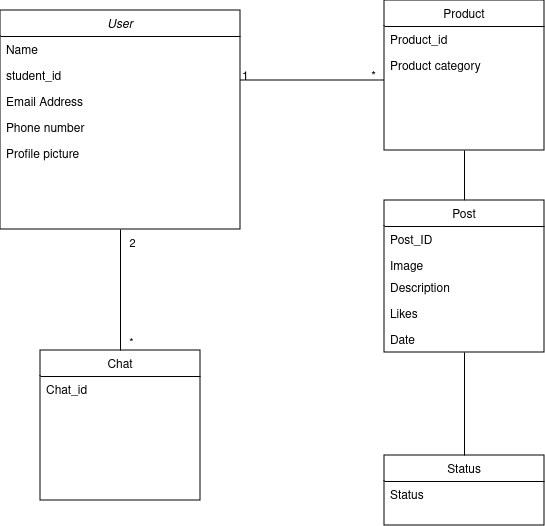
Before: images/DomainModel.png, a diagram exported from draw.io (leonardomagalhaes21/feup-ESOF). Source tidied: cells renumbered, new cells last; positions are measured from the earlier drawing's top-left corner, leaving out a move shared by most shapes. The source it was exported from:
```xml
<mxGraphModel>
  <root>
    <mxCell id="0" />
    <mxCell id="1" parent="0" />
    <mxCell id="2" value="User" style="swimlane;fontStyle=2;align=center;verticalAlign=top;horizontal=1;startSize=26;rounded=0;shadow=0;strokeWidth=1;" parent="1" vertex="1">
      <mxGeometry y="10" width="240" height="219" as="geometry" />
    </mxCell>
    <mxCell id="3" value="Name" style="text;align=left;verticalAlign=top;spacingLeft=4;spacingRight=4;overflow=hidden;" parent="2" vertex="1">
      <mxGeometry y="26" width="240" height="26" as="geometry" />
    </mxCell>
    <mxCell id="4" value="student_id" style="text;align=left;verticalAlign=top;spacingLeft=4;spacingRight=4;overflow=hidden;rounded=0;shadow=0;html=0;" parent="2" vertex="1">
      <mxGeometry y="52" width="240" height="26" as="geometry" />
    </mxCell>
    <mxCell id="5" value="Email Address&#10;&#10;&#10;&#10;&#10;&#10;" style="text;align=left;verticalAlign=top;spacingLeft=4;spacingRight=4;overflow=hidden;rounded=0;shadow=0;html=0;" parent="2" vertex="1">
      <mxGeometry y="78" width="240" height="26" as="geometry" />
    </mxCell>
    <mxCell id="6" value="Phone number" style="text;align=left;verticalAlign=top;spacingLeft=4;spacingRight=4;overflow=hidden;rounded=0;shadow=0;html=0;" parent="2" vertex="1">
      <mxGeometry y="104" width="240" height="26" as="geometry" />
    </mxCell>
    <mxCell id="7" value="Profile picture&#10;" style="text;align=left;verticalAlign=top;spacingLeft=4;spacingRight=4;overflow=hidden;rounded=0;shadow=0;html=0;" parent="2" vertex="1">
      <mxGeometry y="130" width="240" height="26" as="geometry" />
    </mxCell>
    <mxCell id="8" value="Status" style="swimlane;fontStyle=0;align=center;verticalAlign=top;horizontal=1;startSize=26;rounded=0;shadow=0;strokeWidth=1;" parent="1" vertex="1">
      <mxGeometry x="384" y="455" width="160" height="70" as="geometry" />
    </mxCell>
    <mxCell id="9" value="Status" style="text;align=left;verticalAlign=top;spacingLeft=4;spacingRight=4;overflow=hidden;" parent="8" vertex="1">
      <mxGeometry y="26" width="160" height="26" as="geometry" />
    </mxCell>
    <mxCell id="10" style="edgeStyle=orthogonalEdgeStyle;rounded=0;jettySize=auto;html=1;exitX=0.5;exitY=1;exitDx=0;exitDy=0;entryX=0.5;entryY=0;entryDx=0;entryDy=0;startArrow=none;startFill=0;endArrow=none;endFill=0;" parent="1" edge="1" source="11" target="18">
      <mxGeometry relative="1" as="geometry" />
    </mxCell>
    <mxCell id="11" value="Product" style="swimlane;fontStyle=0;align=center;verticalAlign=top;horizontal=1;startSize=26;rounded=0;shadow=0;strokeWidth=1;" parent="1" vertex="1">
      <mxGeometry x="384" width="160" height="150" as="geometry" />
    </mxCell>
    <mxCell id="12" value="Product_id" style="text;align=left;verticalAlign=top;spacingLeft=4;spacingRight=4;overflow=hidden;" parent="11" vertex="1">
      <mxGeometry y="26" width="160" height="26" as="geometry" />
    </mxCell>
    <mxCell id="13" value="Product category" style="text;align=left;verticalAlign=top;spacingLeft=4;spacingRight=4;overflow=hidden;" parent="11" vertex="1">
      <mxGeometry y="52" width="160" height="26" as="geometry" />
    </mxCell>
    <mxCell id="14" style="endArrow=none;shadow=0;strokeWidth=1;rounded=0;curved=0;endFill=0;edgeStyle=elbowEdgeStyle;elbow=vertical;" parent="1" edge="1" source="2" target="11">
      <mxGeometry x="0.5" y="41" relative="1" as="geometry">
        <mxPoint x="-40" y="32" as="offset" />
      </mxGeometry>
    </mxCell>
    <mxCell id="15" value="1" style="align=left;verticalAlign=bottom;labelBackgroundColor=none;fontSize=12;" parent="14" vertex="1">
      <mxGeometry x="-1" relative="1" as="geometry">
        <mxPoint y="4" as="offset" />
      </mxGeometry>
    </mxCell>
    <mxCell id="16" value="*" style="align=right;verticalAlign=bottom;labelBackgroundColor=none;fontSize=12;" parent="14" vertex="1">
      <mxGeometry x="1" relative="1" as="geometry">
        <mxPoint x="-7" y="4" as="offset" />
      </mxGeometry>
    </mxCell>
    <mxCell id="17" style="edgeStyle=orthogonalEdgeStyle;rounded=0;jettySize=auto;html=1;exitX=0.5;exitY=1;exitDx=0;exitDy=0;entryX=0.5;entryY=0;entryDx=0;entryDy=0;endArrow=none;endFill=0;" parent="1" edge="1" source="18" target="8">
      <mxGeometry relative="1" as="geometry" />
    </mxCell>
    <mxCell id="18" value="Post" style="swimlane;fontStyle=0;align=center;verticalAlign=top;horizontal=1;startSize=26;rounded=0;shadow=0;strokeWidth=1;" parent="1" vertex="1">
      <mxGeometry x="384" y="200" width="160" height="152" as="geometry" />
    </mxCell>
    <mxCell id="19" value="Post_ID" style="text;align=left;verticalAlign=top;spacingLeft=4;spacingRight=4;overflow=hidden;" parent="18" vertex="1">
      <mxGeometry y="26" width="160" height="26" as="geometry" />
    </mxCell>
    <mxCell id="20" value="Image" style="text;align=left;verticalAlign=top;spacingLeft=4;spacingRight=4;overflow=hidden;" parent="18" vertex="1">
      <mxGeometry y="52" width="160" height="22" as="geometry" />
    </mxCell>
    <mxCell id="21" value="Description" style="text;align=left;verticalAlign=top;spacingLeft=4;spacingRight=4;overflow=hidden;" parent="18" vertex="1">
      <mxGeometry y="74" width="160" height="26" as="geometry" />
    </mxCell>
    <mxCell id="22" value="Likes" style="text;align=left;verticalAlign=top;spacingLeft=4;spacingRight=4;overflow=hidden;" parent="18" vertex="1">
      <mxGeometry y="100" width="160" height="26" as="geometry" />
    </mxCell>
    <mxCell id="23" value="Date" style="text;align=left;verticalAlign=top;spacingLeft=4;spacingRight=4;overflow=hidden;" parent="18" vertex="1">
      <mxGeometry y="126" width="160" height="26" as="geometry" />
    </mxCell>
    <mxCell id="24" value="Chat" style="swimlane;fontStyle=0;align=center;verticalAlign=top;horizontal=1;startSize=26;rounded=0;shadow=0;strokeWidth=1;" parent="1" vertex="1">
      <mxGeometry x="40" y="350" width="160" height="150" as="geometry" />
    </mxCell>
    <mxCell id="25" value="Chat_id" style="text;align=left;verticalAlign=top;spacingLeft=4;spacingRight=4;overflow=hidden;" parent="24" vertex="1">
      <mxGeometry y="26" width="160" height="26" as="geometry" />
    </mxCell>
    <mxCell id="26" style="edgeStyle=orthogonalEdgeStyle;rounded=0;jettySize=auto;html=1;exitX=0.5;exitY=1;exitDx=0;exitDy=0;endArrow=none;endFill=0;entryX=0.5;entryY=0;entryDx=0;entryDy=0;" parent="1" edge="1" source="2" target="24">
      <mxGeometry relative="1" as="geometry" />
    </mxCell>
    <mxCell id="27" value="*" style="edgeLabel;html=1;align=center;verticalAlign=middle;" parent="26" vertex="1">
      <mxGeometry x="0.85" y="-1" relative="1" as="geometry">
        <mxPoint x="11" as="offset" />
      </mxGeometry>
    </mxCell>
    <mxCell id="28" value="2" style="edgeLabel;html=1;align=center;verticalAlign=middle;" parent="26" vertex="1">
      <mxGeometry x="-0.79" y="4" relative="1" as="geometry">
        <mxPoint x="7" as="offset" />
      </mxGeometry>
    </mxCell>
  </root>
</mxGraphModel>
```
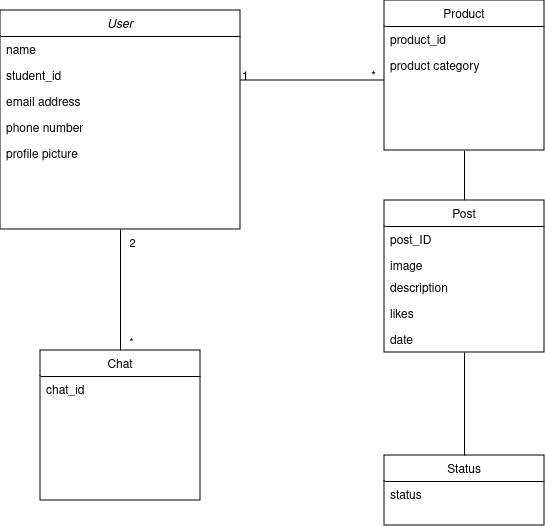
The same file after the commit.

Change to the diagram source:
```diff
@@ -5,25 +5,25 @@
     <mxCell id="2" value="User" style="swimlane;fontStyle=2;align=center;verticalAlign=top;horizontal=1;startSize=26;rounded=0;shadow=0;strokeWidth=1;" parent="1" vertex="1">
       <mxGeometry y="10" width="240" height="219" as="geometry" />
     </mxCell>
-    <mxCell id="3" value="Name" style="text;align=left;verticalAlign=top;spacingLeft=4;spacingRight=4;overflow=hidden;" parent="2" vertex="1">
+    <mxCell id="3" value="name" style="text;align=left;verticalAlign=top;spacingLeft=4;spacingRight=4;overflow=hidden;" parent="2" vertex="1">
       <mxGeometry y="26" width="240" height="26" as="geometry" />
     </mxCell>
     <mxCell id="4" value="student_id" style="text;align=left;verticalAlign=top;spacingLeft=4;spacingRight=4;overflow=hidden;rounded=0;shadow=0;html=0;" parent="2" vertex="1">
       <mxGeometry y="52" width="240" height="26" as="geometry" />
     </mxCell>
-    <mxCell id="5" value="Email Address&#10;&#10;&#10;&#10;&#10;&#10;" style="text;align=left;verticalAlign=top;spacingLeft=4;spacingRight=4;overflow=hidden;rounded=0;shadow=0;html=0;" parent="2" vertex="1">
+    <mxCell id="5" value="email address&#10;&#10;&#10;&#10;&#10;&#10;" style="text;align=left;verticalAlign=top;spacingLeft=4;spacingRight=4;overflow=hidden;rounded=0;shadow=0;html=0;" parent="2" vertex="1">
       <mxGeometry y="78" width="240" height="26" as="geometry" />
     </mxCell>
-    <mxCell id="6" value="Phone number" style="text;align=left;verticalAlign=top;spacingLeft=4;spacingRight=4;overflow=hidden;rounded=0;shadow=0;html=0;" parent="2" vertex="1">
+    <mxCell id="6" value="phone number" style="text;align=left;verticalAlign=top;spacingLeft=4;spacingRight=4;overflow=hidden;rounded=0;shadow=0;html=0;" parent="2" vertex="1">
       <mxGeometry y="104" width="240" height="26" as="geometry" />
     </mxCell>
-    <mxCell id="7" value="Profile picture&#10;" style="text;align=left;verticalAlign=top;spacingLeft=4;spacingRight=4;overflow=hidden;rounded=0;shadow=0;html=0;" parent="2" vertex="1">
+    <mxCell id="7" value="profile picture&#10;" style="text;align=left;verticalAlign=top;spacingLeft=4;spacingRight=4;overflow=hidden;rounded=0;shadow=0;html=0;" parent="2" vertex="1">
       <mxGeometry y="130" width="240" height="26" as="geometry" />
     </mxCell>
     <mxCell id="8" value="Status" style="swimlane;fontStyle=0;align=center;verticalAlign=top;horizontal=1;startSize=26;rounded=0;shadow=0;strokeWidth=1;" parent="1" vertex="1">
       <mxGeometry x="384" y="455" width="160" height="70" as="geometry" />
     </mxCell>
-    <mxCell id="9" value="Status" style="text;align=left;verticalAlign=top;spacingLeft=4;spacingRight=4;overflow=hidden;" parent="8" vertex="1">
+    <mxCell id="9" value="status" style="text;align=left;verticalAlign=top;spacingLeft=4;spacingRight=4;overflow=hidden;" parent="8" vertex="1">
       <mxGeometry y="26" width="160" height="26" as="geometry" />
     </mxCell>
     <mxCell id="10" style="edgeStyle=orthogonalEdgeStyle;rounded=0;jettySize=auto;html=1;exitX=0.5;exitY=1;exitDx=0;exitDy=0;entryX=0.5;entryY=0;entryDx=0;entryDy=0;startArrow=none;startFill=0;endArrow=none;endFill=0;" parent="1" edge="1" source="11" target="18">
@@ -32,10 +32,10 @@
     <mxCell id="11" value="Product" style="swimlane;fontStyle=0;align=center;verticalAlign=top;horizontal=1;startSize=26;rounded=0;shadow=0;strokeWidth=1;" parent="1" vertex="1">
       <mxGeometry x="384" width="160" height="150" as="geometry" />
     </mxCell>
-    <mxCell id="12" value="Product_id" style="text;align=left;verticalAlign=top;spacingLeft=4;spacingRight=4;overflow=hidden;" parent="11" vertex="1">
+    <mxCell id="12" value="product_id" style="text;align=left;verticalAlign=top;spacingLeft=4;spacingRight=4;overflow=hidden;" parent="11" vertex="1">
       <mxGeometry y="26" width="160" height="26" as="geometry" />
     </mxCell>
-    <mxCell id="13" value="Product category" style="text;align=left;verticalAlign=top;spacingLeft=4;spacingRight=4;overflow=hidden;" parent="11" vertex="1">
+    <mxCell id="13" value="product category" style="text;align=left;verticalAlign=top;spacingLeft=4;spacingRight=4;overflow=hidden;" parent="11" vertex="1">
       <mxGeometry y="52" width="160" height="26" as="geometry" />
     </mxCell>
     <mxCell id="14" style="endArrow=none;shadow=0;strokeWidth=1;rounded=0;curved=0;endFill=0;edgeStyle=elbowEdgeStyle;elbow=vertical;" parent="1" edge="1" source="2" target="11">
@@ -59,25 +59,25 @@
     <mxCell id="18" value="Post" style="swimlane;fontStyle=0;align=center;verticalAlign=top;horizontal=1;startSize=26;rounded=0;shadow=0;strokeWidth=1;" parent="1" vertex="1">
       <mxGeometry x="384" y="200" width="160" height="152" as="geometry" />
     </mxCell>
-    <mxCell id="19" value="Post_ID" style="text;align=left;verticalAlign=top;spacingLeft=4;spacingRight=4;overflow=hidden;" parent="18" vertex="1">
+    <mxCell id="19" value="post_ID" style="text;align=left;verticalAlign=top;spacingLeft=4;spacingRight=4;overflow=hidden;" parent="18" vertex="1">
       <mxGeometry y="26" width="160" height="26" as="geometry" />
     </mxCell>
-    <mxCell id="20" value="Image" style="text;align=left;verticalAlign=top;spacingLeft=4;spacingRight=4;overflow=hidden;" parent="18" vertex="1">
+    <mxCell id="20" value="image" style="text;align=left;verticalAlign=top;spacingLeft=4;spacingRight=4;overflow=hidden;" parent="18" vertex="1">
       <mxGeometry y="52" width="160" height="22" as="geometry" />
     </mxCell>
-    <mxCell id="21" value="Description" style="text;align=left;verticalAlign=top;spacingLeft=4;spacingRight=4;overflow=hidden;" parent="18" vertex="1">
+    <mxCell id="21" value="description" style="text;align=left;verticalAlign=top;spacingLeft=4;spacingRight=4;overflow=hidden;" parent="18" vertex="1">
       <mxGeometry y="74" width="160" height="26" as="geometry" />
     </mxCell>
-    <mxCell id="22" value="Likes" style="text;align=left;verticalAlign=top;spacingLeft=4;spacingRight=4;overflow=hidden;" parent="18" vertex="1">
+    <mxCell id="22" value="likes" style="text;align=left;verticalAlign=top;spacingLeft=4;spacingRight=4;overflow=hidden;" parent="18" vertex="1">
       <mxGeometry y="100" width="160" height="26" as="geometry" />
     </mxCell>
-    <mxCell id="23" value="Date" style="text;align=left;verticalAlign=top;spacingLeft=4;spacingRight=4;overflow=hidden;" parent="18" vertex="1">
+    <mxCell id="23" value="date" style="text;align=left;verticalAlign=top;spacingLeft=4;spacingRight=4;overflow=hidden;" parent="18" vertex="1">
       <mxGeometry y="126" width="160" height="26" as="geometry" />
     </mxCell>
     <mxCell id="24" value="Chat" style="swimlane;fontStyle=0;align=center;verticalAlign=top;horizontal=1;startSize=26;rounded=0;shadow=0;strokeWidth=1;" parent="1" vertex="1">
       <mxGeometry x="40" y="350" width="160" height="150" as="geometry" />
     </mxCell>
-    <mxCell id="25" value="Chat_id" style="text;align=left;verticalAlign=top;spacingLeft=4;spacingRight=4;overflow=hidden;" parent="24" vertex="1">
+    <mxCell id="25" value="chat_id" style="text;align=left;verticalAlign=top;spacingLeft=4;spacingRight=4;overflow=hidden;" parent="24" vertex="1">
       <mxGeometry y="26" width="160" height="26" as="geometry" />
     </mxCell>
     <mxCell id="26" style="edgeStyle=orthogonalEdgeStyle;rounded=0;jettySize=auto;html=1;exitX=0.5;exitY=1;exitDx=0;exitDy=0;endArrow=none;endFill=0;entryX=0.5;entryY=0;entryDx=0;entryDy=0;" parent="1" edge="1" source="2" target="24">
```
